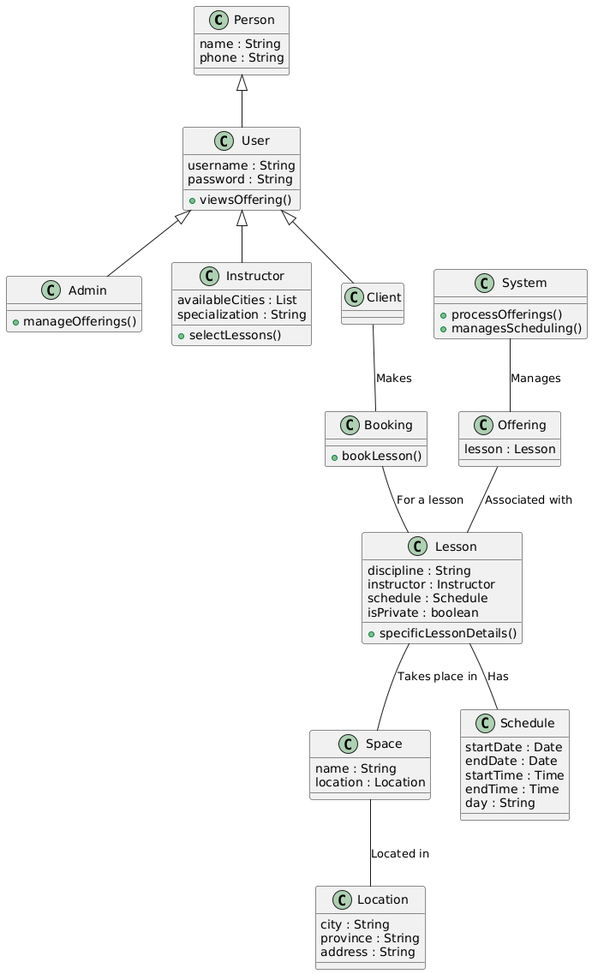
Above: Diagrams/ClassDiagram.png in ABALkhabbaz/LessonSchedulingSystem (PlantUML), before the change.
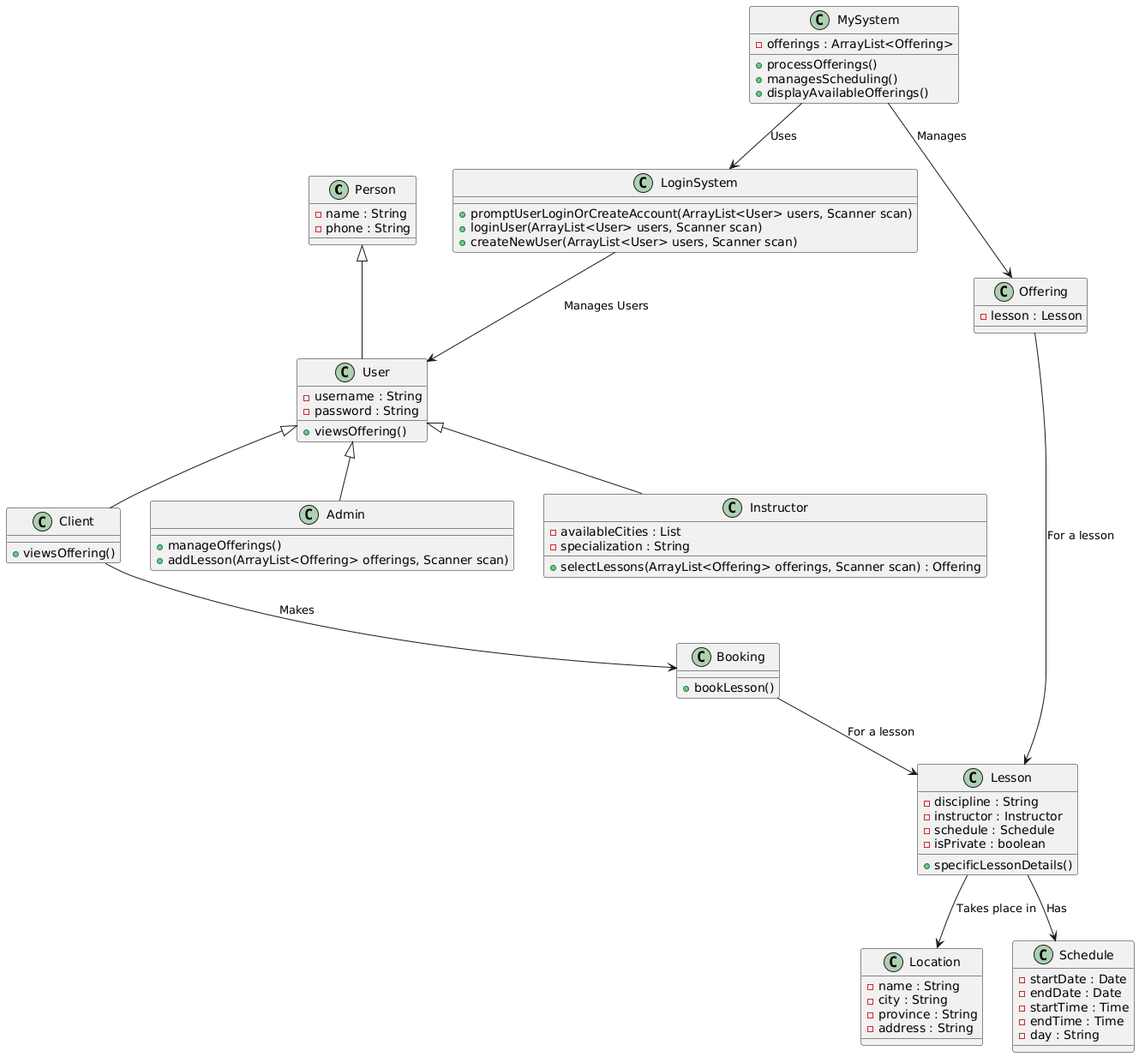
The same file after the commit.

Commit message:
Modified Class Diagram

Change to the diagram source:
```diff
@@ -1,78 +1,85 @@
 @startuml
 class Person {
-    name : String
-    phone : String
+    -name : String
+    -phone : String
 }
 
 class User {
-    username : String
-    password : String
+    -username : String
+    -password : String
     +viewsOffering()
 }
 
-Person <|-- User
-User <|-- Admin
-User <|-- Instructor
-User <|-- Client
+class Client {
+    +viewsOffering()
+}
 
 class Admin {
     +manageOfferings()
+    +addLesson(ArrayList<Offering> offerings, Scanner scan)
 }
 
 class Instructor {
-    availableCities : List
-    specialization : String
-    +selectLessons()
+    -availableCities : List
+    -specialization : String
+    +selectLessons(ArrayList<Offering> offerings, Scanner scan) : Offering
 }
 
-class System {
+class MySystem {
+    -offerings : ArrayList<Offering>
     +processOfferings()
     +managesScheduling()
+    +displayAvailableOfferings()
+}
+
+class LoginSystem {
+    +promptUserLoginOrCreateAccount(ArrayList<User> users, Scanner scan)
+    +loginUser(ArrayList<User> users, Scanner scan)
+    +createNewUser(ArrayList<User> users, Scanner scan)
 }
 
 class Offering {
-    lesson : Lesson
+    -lesson : Lesson
 }
 
-System -- Offering : "Manages"
-Offering -- Lesson : "Associated with"
-
 class Lesson {
-    discipline : String
-    instructor : Instructor
-    schedule : Schedule
-    isPrivate : boolean
+    -discipline : String
+    -instructor : Instructor
+    -schedule : Schedule
+    -isPrivate : boolean
     +specificLessonDetails()
 }
 
-class Space {
-    name : String
-    location : Location
+class Location {
+    -name : String
+    -city : String
+    -province : String
+    -address : String
 }
 
-class Location {
-    city : String
-    province : String
-    address : String
+class Schedule {
+    -startDate : Date
+    -endDate : Date
+    -startTime : Time
+    -endTime : Time
+    -day : String
 }
-
-Space -- Location : "Located in"
-Lesson -- Space : "Takes place in"
-
-class Schedule {
-    startDate : Date
-    endDate : Date
-    startTime : Time
-    endTime : Time
-    day : String
-}
-
-Lesson -- Schedule : "Has"
 
 class Booking {
     +bookLesson()
 }
 
-Client -- Booking : "Makes"
-Booking -- Lesson : "For a lesson"
+Person <|-- User
+User <|-- Client
+User <|-- Admin
+User <|-- Instructor
+
+MySystem --> Offering : "Manages"
+Offering --> Lesson : "For a lesson"
+Lesson --> Location : "Takes place in"
+Lesson --> Schedule : "Has"
+Client --> Booking : "Makes"
+Booking --> Lesson : "For a lesson"
+MySystem --> LoginSystem : "Uses"
+LoginSystem --> User : "Manages Users"
 @enduml
```
